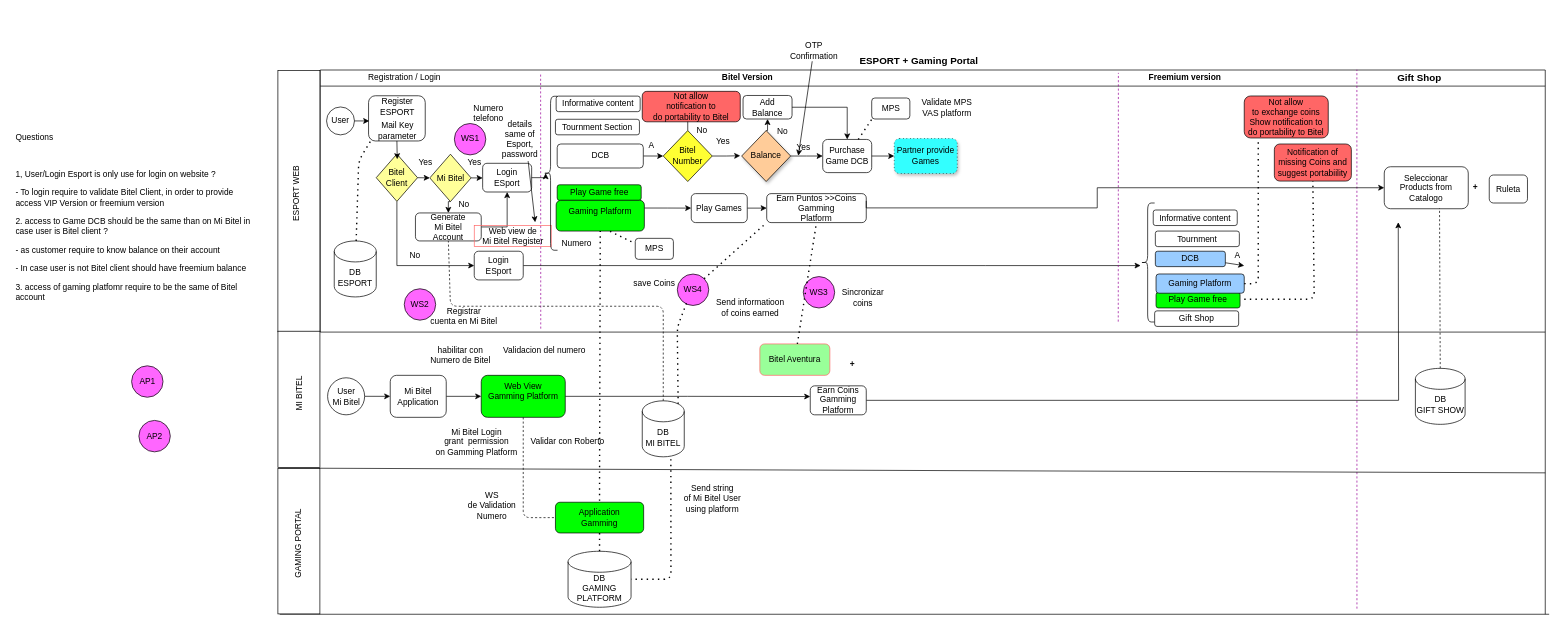
Above: Mercado Libre /Esport and Bitel Gaming.drawio in czevallos99/Ecommerce (draw.io), before the change. Source tidied: cells renumbered, new cells numbered last; positions are measured from the earlier drawing's top-left corner, leaving out a move shared by most shapes. Both pictures are drawn from the tidied source at 70%, with x=0, y=0 at pixel (12, 40).
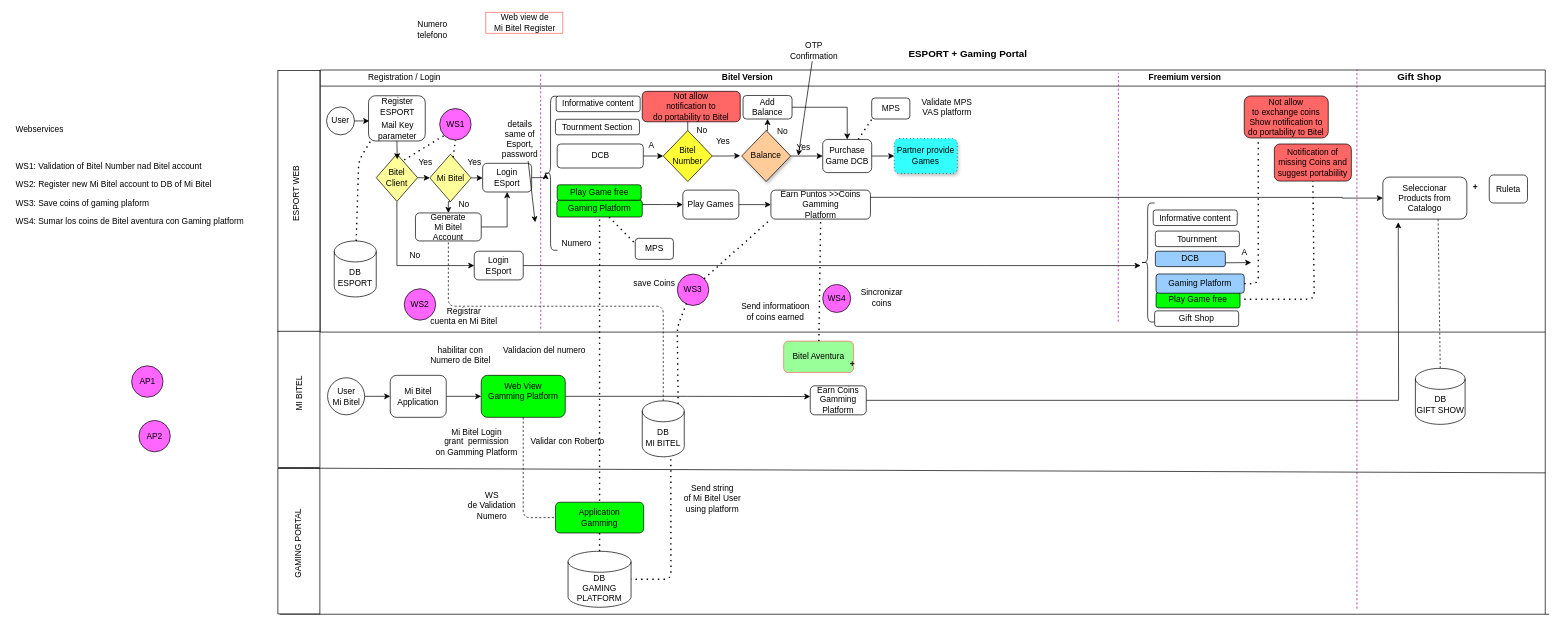
Above is the later version.

The change refers to these unchanged cells:
```xml
<mxCell id="2" style="swimlane;whiteSpace=wrap;startSize=23;" parent="1" vertex="1">
  <mxGeometry x="440" y="42.5" width="1750" height="374.4" as="geometry" />
</mxCell>
<mxCell id="9" value="&lt;div&gt;Bitel &lt;br&gt;&lt;/div&gt;&lt;div&gt;Client&lt;/div&gt;" style="rhombus;whiteSpace=wrap;html=1;fillColor=#FFFF99;" parent="2" vertex="1">
  <mxGeometry x="80" y="120" width="59" height="67.7" as="geometry" />
</mxCell>
<mxCell id="51" value="Mi Bitel" style="rhombus;whiteSpace=wrap;html=1;fillColor=#FFFF99;" parent="2" vertex="1">
  <mxGeometry x="156.5" y="120.3" width="59" height="67.7" as="geometry" />
</mxCell>
<mxCell id="56" value="&lt;div&gt;Generate &lt;br&gt;&lt;/div&gt;&lt;div&gt;Mi Bitel&lt;/div&gt;&lt;div&gt;Account&lt;br&gt;&lt;/div&gt;" style="rounded=1;whiteSpace=wrap;html=1;fillColor=#FFFFFF;" parent="2" vertex="1">
  <mxGeometry x="136" y="204.2" width="94" height="40" as="geometry" />
</mxCell>
<mxCell id="100" value="&lt;div&gt;DB&lt;/div&gt;&lt;div&gt;MI BITEL&lt;br&gt;&lt;/div&gt;" style="shape=cylinder3;whiteSpace=wrap;html=1;boundedLbl=1;backgroundOutline=1;size=15;fillColor=#FFFFFF;" parent="1" vertex="1">
  <mxGeometry x="900" y="515.1" width="60" height="80" as="geometry" />
</mxCell>
```

Diff of the diagram source:
```diff
@@
     <mxCell id="36" value="&lt;div&gt;Seleccionar&lt;/div&gt;&lt;div&gt;Products from Catalogo&lt;br&gt;&lt;/div&gt;" style="rounded=1;whiteSpace=wrap;html=1;shadow=0;fillColor=#FFFFFF;" parent="2" vertex="1">
-      <mxGeometry x="1520" y="138.2" width="120" height="60" as="geometry" />
+      <mxGeometry x="1518" y="153" width="120" height="60" as="geometry" />
     </mxCell>
@@
-    <mxCell id="40" value="&lt;div&gt;Gaming Platform&lt;/div&gt;&lt;div&gt;&lt;br&gt;&lt;/div&gt;" style="rounded=1;whiteSpace=wrap;html=1;shadow=0;fillColor=#00FF00;" parent="2" vertex="1">
-      <mxGeometry x="337" y="186.2" width="126" height="43.9" as="geometry" />
+    <mxCell id="40" value="&lt;div&gt;Gaming Platform&lt;/div&gt;" style="rounded=1;whiteSpace=wrap;html=1;shadow=0;fillColor=#00FF00;" parent="2" vertex="1">
+      <mxGeometry x="338" y="186.2" width="122" height="23.8" as="geometry" />
     </mxCell>
     <mxCell id="41" value="&lt;div&gt;Earn Puntos &amp;gt;&amp;gt;Coins&lt;/div&gt;&lt;div&gt;Gamming &lt;br&gt;&lt;/div&gt;&lt;div&gt;Platform&lt;br&gt;&lt;/div&gt;" style="rounded=1;whiteSpace=wrap;html=1;shadow=0;fillColor=#FFFFFF;" parent="2" vertex="1">
-      <mxGeometry x="637.8" y="176.6" width="142.2" height="41.4" as="geometry" />
+      <mxGeometry x="643.8" y="171.6" width="142.2" height="41.4" as="geometry" />
     </mxCell>
     <mxCell id="42" style="edgeStyle=orthogonalEdgeStyle;rounded=0;jettySize=auto;html=1;exitX=1;exitY=0.25;exitDx=0;exitDy=0;entryX=0;entryY=0.5;entryDx=0;entryDy=0;" parent="2" edge="1" source="41" target="36">
       <mxGeometry relative="1" as="geometry">
         <Array as="points">
-          <mxPoint x="780" y="197" />
-          <mxPoint x="1110" y="197" />
-          <mxPoint x="1110" y="168" />
+          <mxPoint x="1460" y="182" />
+          <mxPoint x="1460" y="183" />
         </Array>
       </mxGeometry>
     </mxCell>
@@
     <mxCell id="70" value="WS1" style="ellipse;whiteSpace=wrap;html=1;fillColor=#FF66FF;" parent="2" vertex="1">
-      <mxGeometry x="191.6" y="76.4" width="44.9" height="44.9" as="geometry" />
+      <mxGeometry x="170.6" y="55.1" width="44.9" height="44.9" as="geometry" />
     </mxCell>
-    <mxCell id="71" value="&lt;div&gt;Numero&lt;/div&gt;&lt;div&gt;telefono&lt;br&gt;&lt;/div&gt;" style="text;html=1;align=center;verticalAlign=middle;strokeColor=none;" parent="2" vertex="1">
-      <mxGeometry x="210" y="46.4" width="60" height="30" as="geometry" />
-    </mxCell>
@@
     <mxCell id="73" value="Play Games" style="rounded=1;whiteSpace=wrap;html=1;shadow=0;fillColor=#FFFFFF;" parent="2" vertex="1">
-      <mxGeometry x="530" y="176.6" width="80" height="41.4" as="geometry" />
+      <mxGeometry x="518" y="171.6" width="80" height="41.4" as="geometry" />
     </mxCell>
@@
     <mxCell id="76" value="&lt;div&gt;Send informatioon &lt;br&gt;&lt;/div&gt;&lt;div&gt;of coins earned&lt;br&gt;&lt;/div&gt;" style="text;html=1;align=center;verticalAlign=middle;strokeColor=none;" parent="2" vertex="1">
-      <mxGeometry x="554" y="324.2" width="120" height="30" as="geometry" />
+      <mxGeometry x="590" y="330" width="120" height="30" as="geometry" />
     </mxCell>
-    <mxCell id="77" value="WS3" style="ellipse;whiteSpace=wrap;html=1;fillColor=#FF66FF;" parent="2" vertex="1">
-      <mxGeometry x="690" y="295.1" width="44.9" height="44.9" as="geometry" />
+    <mxCell id="77" value="WS4" style="ellipse;whiteSpace=wrap;html=1;fillColor=#FF66FF;" parent="2" vertex="1">
+      <mxGeometry x="717.8" y="306.4" width="40" height="40" as="geometry" />
     </mxCell>
@@
-    <mxCell id="79" value="WS4" style="ellipse;whiteSpace=wrap;html=1;fillColor=#FF66FF;" parent="2" vertex="1">
+    <mxCell id="79" value="WS3" style="ellipse;whiteSpace=wrap;html=1;fillColor=#FF66FF;" parent="2" vertex="1">
       <mxGeometry x="510.1" y="291.5" width="44.9" height="44.9" as="geometry" />
     </mxCell>
     <mxCell id="80" value="&lt;div&gt;Sincronizar&lt;/div&gt;&lt;div&gt; coins&lt;/div&gt;" style="text;html=1;align=center;verticalAlign=middle;strokeColor=none;" parent="2" vertex="1">
-      <mxGeometry x="734.9" y="310" width="80" height="30" as="geometry" />
+      <mxGeometry x="762.2" y="310" width="80" height="30" as="geometry" />
     </mxCell>
@@
-    <mxCell id="84" value="&lt;div&gt;Web view de&lt;/div&gt;&lt;div&gt;Mi Bitel Register&lt;br&gt;&lt;/div&gt;" style="text;html=1;align=center;verticalAlign=middle;strokeColor=#FF6666;" parent="2" vertex="1">
-      <mxGeometry x="220" y="222" width="110" height="30" as="geometry" />
-    </mxCell>
@@
     <mxCell id="87" value="A" style="text;html=1;align=center;verticalAlign=middle;points=[];strokeColor=none;" parent="2" vertex="1">
-      <mxGeometry x="1300" y="254.9" width="20" height="20" as="geometry" />
+      <mxGeometry x="1310" y="250.5" width="20" height="20" as="geometry" />
     </mxCell>
@@
+    <mxCell id="140" style="endArrow=none;dashed=1;html=1;dashPattern=1 3;strokeWidth=2;entryX=0.5;entryY=1;entryDx=0;entryDy=0;" parent="2" edge="1" source="51" target="70">
+      <mxGeometry relative="1" as="geometry" />
+    </mxCell>
+    <mxCell id="141" style="endArrow=none;dashed=1;html=1;dashPattern=1 3;strokeWidth=2;entryX=0;entryY=1;entryDx=0;entryDy=0;exitX=0.678;exitY=0.126;exitDx=0;exitDy=0;exitPerimeter=0;" parent="2" edge="1" source="9" target="70">
+      <mxGeometry relative="1" as="geometry" />
+    </mxCell>
     <mxCell id="90" value="&lt;font style=&quot;font-size: 14px&quot;&gt;&lt;b&gt;ESPORT + Gaming Portal &lt;/b&gt;&lt;/font&gt;" style="text;html=1;align=center;verticalAlign=middle;" parent="1" vertex="1">
-      <mxGeometry x="1200" y="20" width="190" height="20" as="geometry" />
+      <mxGeometry x="1270" y="10" width="190" height="20" as="geometry" />
     </mxCell>
@@
-    <mxCell id="112" value="&lt;p&gt;Questions&lt;/p&gt;&lt;p&gt;&lt;br&gt;&lt;/p&gt;&lt;p&gt;1, User/Login Esport is only use for login on website ?&lt;/p&gt;&lt;p&gt;- To login require to validate Bitel Client, in order to provide access VIP Version or freemium version&lt;br&gt;&lt;/p&gt;&lt;p&gt;2. access to Game DCB should be the same than on Mi Bitel in case user is Bitel client ?&lt;/p&gt;&lt;p&gt;- as customer require to know balance on their account&lt;/p&gt;&lt;p&gt;- In case user is not Bitel client should have freemium balance&lt;br&gt;&lt;/p&gt;&lt;p&gt;3. access of gaming platfomr require to be the same of Bitel account&lt;br&gt;&lt;/p&gt;" style="text;html=1;strokeColor=none;fillColor=none;spacing=5;spacingTop=-20;whiteSpace=wrap;overflow=hidden;rounded=0;shadow=0;" parent="1" vertex="1">
-      <mxGeometry y="130" width="350" height="400" as="geometry" />
+    <mxCell id="112" value="Webservices&lt;p&gt;&lt;br&gt;&lt;/p&gt;&lt;p&gt;WS1: Validation of Bitel Number nad Bitel account&lt;br&gt;&lt;/p&gt;WS2: Register new Mi Bitel account to DB of Mi Bitel&lt;br&gt;&lt;p&gt;WS3: Save coins of gaming plaform&lt;/p&gt;&lt;p&gt;WS4: Sumar los coins de Bitel aventura con Gaming platform&lt;/p&gt;&lt;p&gt;&lt;br&gt;&lt;/p&gt;&lt;p&gt;&lt;br&gt;&lt;/p&gt;" style="text;html=1;strokeColor=none;fillColor=none;spacing=5;spacingTop=-20;whiteSpace=wrap;overflow=hidden;rounded=0;shadow=0;" parent="1" vertex="1">
+      <mxGeometry y="130" width="350" height="250" as="geometry" />
     </mxCell>
@@
     <mxCell id="122" style="endArrow=none;dashed=1;html=1;exitX=0.5;exitY=0;exitDx=0;exitDy=0;exitPerimeter=0;entryX=0.5;entryY=1;entryDx=0;entryDy=0;" parent="1" edge="1" source="100" target="56">
       <mxGeometry relative="1" as="geometry">
         <Array as="points">
           <mxPoint x="930" y="380" />
-          <mxPoint x="626" y="380" />
+          <mxPoint x="623" y="380" />
         </Array>
       </mxGeometry>
     </mxCell>
@@
     <mxCell id="128" value="Bitel Aventura" style="rounded=1;whiteSpace=wrap;html=1;strokeColor=#FF6666;fillColor=#99FF99;" parent="1" vertex="1">
-      <mxGeometry x="1068" y="433.8" width="100" height="44.9" as="geometry" />
+      <mxGeometry x="1102" y="429.8" width="100" height="44.9" as="geometry" />
     </mxCell>
@@
+    <mxCell id="84" value="&lt;div&gt;Web view de&lt;/div&gt;&lt;div&gt;Mi Bitel Register&lt;br&gt;&lt;/div&gt;" style="text;html=1;align=center;verticalAlign=middle;strokeColor=#FF6666;" parent="1" vertex="1">
+      <mxGeometry x="676.5" y="-40" width="110" height="30" as="geometry" />
+    </mxCell>
+    <mxCell id="71" value="&lt;div&gt;Numero&lt;/div&gt;&lt;div&gt;telefono&lt;br&gt;&lt;/div&gt;" style="text;html=1;align=center;verticalAlign=middle;strokeColor=none;" parent="1" vertex="1">
+      <mxGeometry x="570" y="-30" width="60" height="30" as="geometry" />
+    </mxCell>
```
